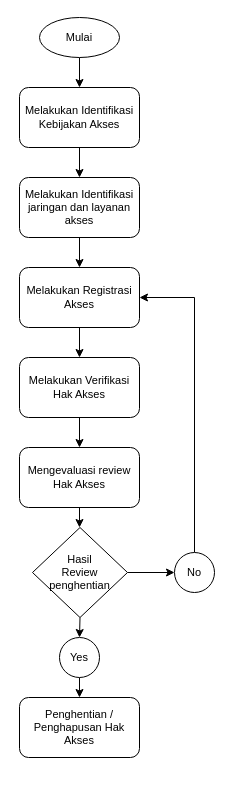
Above: page "Page-3" (3 of 5) of sdm.drawio in kidygamer/trytocode (draw.io), before the change. Source tidied: cells renumbered, new cells numbered last; positions are measured from the earlier drawing's top-left corner, leaving out a move shared by most shapes. Both pictures are drawn from the tidied source at 100%, with x=0, y=0 at pixel (19, 17).
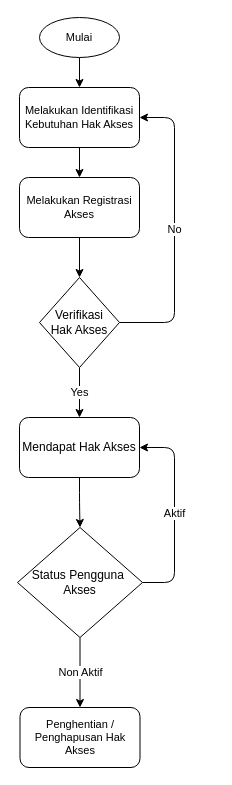
After the change.

Change to the diagram source:
```diff
@@
-    <mxCell id="4" style="edgeStyle=orthogonalEdgeStyle;rounded=0;jettySize=auto;html=1;exitX=0.5;exitY=1;exitDx=0;exitDy=0;entryX=0.5;entryY=0;entryDx=0;entryDy=0;fontSize=11;" parent="1" edge="1" source="5" target="7">
-      <mxGeometry relative="1" as="geometry" />
-    </mxCell>
-    <mxCell id="5" value="Melakukan Identifikasi Kebijakan Akses" style="rounded=1;whiteSpace=wrap;html=1;fontSize=11;" parent="1" vertex="1">
+    <mxCell id="5" value="Melakukan Identifikasi Kebutuhan Hak Akses" style="rounded=1;whiteSpace=wrap;html=1;fontSize=11;" parent="1" vertex="1">
       <mxGeometry y="70" width="120" height="60" as="geometry" />
     </mxCell>
-    <mxCell id="6" style="edgeStyle=orthogonalEdgeStyle;rounded=0;jettySize=auto;html=1;exitX=0.5;exitY=1;exitDx=0;exitDy=0;entryX=0.5;entryY=0;entryDx=0;entryDy=0;fontSize=11;" parent="1" edge="1" source="7" target="9">
-      <mxGeometry relative="1" as="geometry" />
-    </mxCell>
-    <mxCell id="7" value="Melakukan Identifikasi jaringan dan layanan akses" style="rounded=1;whiteSpace=wrap;html=1;fontSize=11;" parent="1" vertex="1">
-      <mxGeometry y="160" width="120" height="60" as="geometry" />
-    </mxCell>
-    <mxCell id="8" style="edgeStyle=orthogonalEdgeStyle;rounded=0;jettySize=auto;html=1;exitX=0.5;exitY=1;exitDx=0;exitDy=0;entryX=0.5;entryY=0;entryDx=0;entryDy=0;fontSize=11;" parent="1" edge="1" source="9" target="11">
+    <mxCell id="8" style="edgeStyle=orthogonalEdgeStyle;rounded=0;jettySize=auto;html=1;exitX=0.5;exitY=1;exitDx=0;exitDy=0;entryX=0.5;entryY=0;entryDx=0;entryDy=0;fontSize=11;" parent="1" edge="1" source="9" target="26">
       <mxGeometry relative="1" as="geometry" />
     </mxCell>
     <mxCell id="9" value="Melakukan Registrasi Akses" style="rounded=1;whiteSpace=wrap;html=1;fontSize=11;" parent="1" vertex="1">
-      <mxGeometry y="250" width="120" height="60" as="geometry" />
+      <mxGeometry y="160" width="120" height="60" as="geometry" />
     </mxCell>
-    <mxCell id="10" style="edgeStyle=orthogonalEdgeStyle;rounded=0;jettySize=auto;html=1;exitX=0.5;exitY=1;exitDx=0;exitDy=0;entryX=0.5;entryY=0;entryDx=0;entryDy=0;fontSize=11;" parent="1" edge="1" source="11" target="13">
-      <mxGeometry relative="1" as="geometry" />
-    </mxCell>
-    <mxCell id="11" value="Melakukan Verifikasi Hak Akses" style="rounded=1;whiteSpace=wrap;html=1;fontSize=11;" parent="1" vertex="1">
-      <mxGeometry y="340" width="120" height="60" as="geometry" />
-    </mxCell>
-    <mxCell id="12" style="edgeStyle=orthogonalEdgeStyle;rounded=0;jettySize=auto;html=1;exitX=0.5;exitY=1;exitDx=0;exitDy=0;fontSize=11;" parent="1" edge="1" source="13" target="17">
-      <mxGeometry relative="1" as="geometry" />
-    </mxCell>
-    <mxCell id="13" value="Mengevaluasi review Hak Akses" style="rounded=1;whiteSpace=wrap;html=1;fontSize=11;" parent="1" vertex="1">
-      <mxGeometry y="430" width="120" height="60" as="geometry" />
-    </mxCell>
     <mxCell id="14" value="Penghentian / Penghapusan Hak Akses" style="rounded=1;whiteSpace=wrap;html=1;fontSize=11;" parent="1" vertex="1">
-      <mxGeometry y="680" width="120" height="60" as="geometry" />
+      <mxGeometry x="0.5" y="690" width="120" height="60" as="geometry" />
     </mxCell>
-    <mxCell id="15" style="edgeStyle=orthogonalEdgeStyle;rounded=0;jettySize=auto;html=1;exitX=0.5;exitY=1;exitDx=0;exitDy=0;entryX=0.5;entryY=0;entryDx=0;entryDy=0;fontSize=11;" parent="1" edge="1" source="17" target="19">
-      <mxGeometry relative="1" as="geometry" />
-    </mxCell>
-    <mxCell id="16" style="edgeStyle=orthogonalEdgeStyle;rounded=0;jettySize=auto;html=1;exitX=1;exitY=0.5;exitDx=0;exitDy=0;entryX=0;entryY=0.5;entryDx=0;entryDy=0;fontSize=11;" parent="1" edge="1" source="17" target="21">
-      <mxGeometry relative="1" as="geometry" />
-    </mxCell>
-    <mxCell id="17" value="Hasil&lt;br&gt;Review penghentian" style="rhombus;whiteSpace=wrap;html=1;fontSize=11;" parent="1" vertex="1">
-      <mxGeometry x="13" y="510" width="95" height="90" as="geometry" />
-    </mxCell>
-    <mxCell id="18" style="edgeStyle=orthogonalEdgeStyle;rounded=0;jettySize=auto;html=1;exitX=0.5;exitY=1;exitDx=0;exitDy=0;entryX=0.5;entryY=0;entryDx=0;entryDy=0;fontSize=11;" parent="1" edge="1" source="19" target="14">
-      <mxGeometry relative="1" as="geometry" />
-    </mxCell>
+    <mxCell id="22" style="endArrow=classic;html=1;rounded=0;exitX=0.5;exitY=1;exitDx=0;exitDy=0;entryX=0.5;entryY=0;entryDx=0;entryDy=0;" parent="1" edge="1" source="5" target="9">
+      <mxGeometry relative="1" as="geometry" />
+    </mxCell>
+    <mxCell id="23" value="Non Aktif" style="edgeStyle=orthogonalEdgeStyle;curved=0;rounded=1;sketch=0;jettySize=auto;html=1;exitX=0.5;exitY=1;exitDx=0;exitDy=0;entryX=0.5;entryY=0;entryDx=0;entryDy=0;" parent="1" edge="1" source="25" target="14">
+      <mxGeometry relative="1" as="geometry" />
+    </mxCell>
+    <mxCell id="24" value="Aktif" style="edgeStyle=orthogonalEdgeStyle;curved=0;rounded=1;sketch=0;jettySize=auto;html=1;exitX=1;exitY=0.5;exitDx=0;exitDy=0;entryX=1;entryY=0.5;entryDx=0;entryDy=0;" parent="1" edge="1" source="25" target="28">
+      <mxGeometry relative="1" as="geometry">
+        <Array as="points">
+          <mxPoint x="155" y="565" />
+          <mxPoint x="155" y="430" />
+        </Array>
+      </mxGeometry>
+    </mxCell>
+    <mxCell id="25" value="Status Pengguna&amp;nbsp;&lt;br&gt;Akses" style="rhombus;whiteSpace=wrap;html=1;" parent="1" vertex="1">
+      <mxGeometry x="-2" y="510" width="125" height="110" as="geometry" />
+    </mxCell>
+    <mxCell id="21" value="No" style="edgeStyle=orthogonalEdgeStyle;curved=0;rounded=1;sketch=0;jettySize=auto;html=1;exitX=1;exitY=0.5;exitDx=0;exitDy=0;entryX=1;entryY=0.5;entryDx=0;entryDy=0;" parent="1" edge="1" source="26" target="5">
+      <mxGeometry relative="1" as="geometry">
+        <Array as="points">
+          <mxPoint x="155" y="305" />
+          <mxPoint x="155" y="100" />
+        </Array>
+      </mxGeometry>
+    </mxCell>
-    <mxCell id="19" value="Yes" style="ellipse;whiteSpace=wrap;html=1;fontSize=11;" parent="1" vertex="1">
-      <mxGeometry x="40" y="620" width="40" height="40" as="geometry" />
+    <mxCell id="19" value="Yes" style="edgeStyle=orthogonalEdgeStyle;curved=0;rounded=1;sketch=0;jettySize=auto;html=1;exitX=0.5;exitY=1;exitDx=0;exitDy=0;entryX=0.5;entryY=0;entryDx=0;entryDy=0;" parent="1" edge="1" source="26" target="28">
+      <mxGeometry relative="1" as="geometry" />
     </mxCell>
-    <mxCell id="20" style="edgeStyle=orthogonalEdgeStyle;rounded=0;jettySize=auto;html=1;exitX=0.5;exitY=0;exitDx=0;exitDy=0;entryX=1;entryY=0.5;entryDx=0;entryDy=0;fontSize=11;" parent="1" edge="1" source="21" target="9">
-      <mxGeometry relative="1" as="geometry" />
-    </mxCell>
-    <mxCell id="21" value="No" style="ellipse;whiteSpace=wrap;html=1;fontSize=11;" parent="1" vertex="1">
-      <mxGeometry x="155" y="535" width="40" height="40" as="geometry" />
-    </mxCell>
+    <mxCell id="26" value="Verifikasi&lt;br&gt;Hak Akses" style="rhombus;whiteSpace=wrap;html=1;rounded=0;sketch=0;" parent="1" vertex="1">
+      <mxGeometry x="20" y="260" width="80" height="90" as="geometry" />
+    </mxCell>
+    <mxCell id="27" style="edgeStyle=orthogonalEdgeStyle;curved=0;rounded=1;sketch=0;jettySize=auto;html=1;exitX=0.5;exitY=1;exitDx=0;exitDy=0;entryX=0.5;entryY=0;entryDx=0;entryDy=0;" parent="1" edge="1" source="28" target="25">
+      <mxGeometry relative="1" as="geometry" />
+    </mxCell>
+    <mxCell id="28" value="Mendapat Hak Akses" style="rounded=1;whiteSpace=wrap;html=1;sketch=0;" parent="1" vertex="1">
+      <mxGeometry y="400" width="120" height="60" as="geometry" />
+    </mxCell>
```
